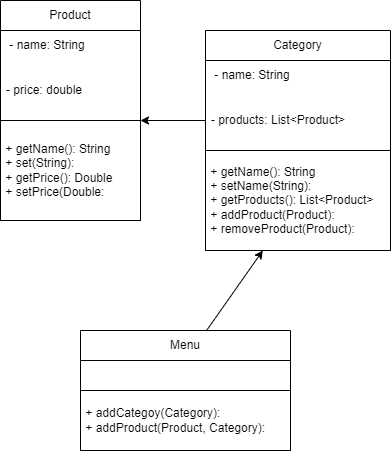
The draw.io diagram Padrões de Projetos/src/composite/Anti/UML.drawio.png in Incivius/BERTOTI, before a commit. Source tidied: cells renumbered, new cells last; positions are measured from the earlier drawing's top-left corner, leaving out a move shared by most shapes.
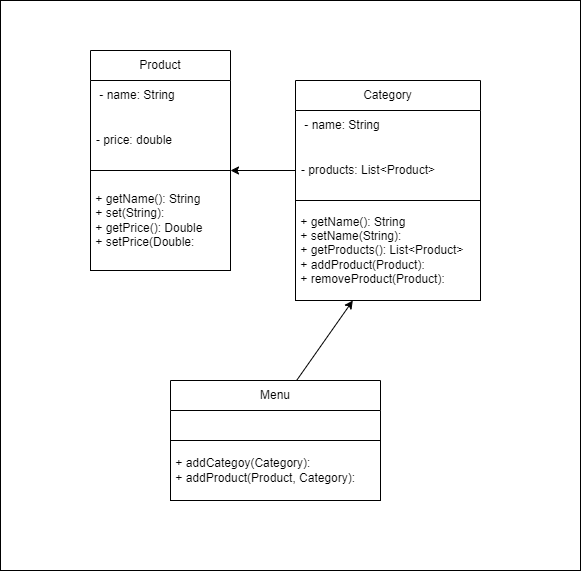
The same file after the commit.

The edit, as a diff of the source:
```diff
@@ -2,6 +2,9 @@
   <root>
     <mxCell id="0" />
     <mxCell id="1" parent="0" />
+    <mxCell id="14" style="rounded=0;whiteSpace=wrap;html=1;" parent="1" vertex="1">
+      <mxGeometry x="-90" y="-50" width="580" height="570" as="geometry" />
+    </mxCell>
     <mxCell id="2" value="Product" style="swimlane;fontStyle=0;horizontal=1;startSize=30;whiteSpace=wrap;html=1;" parent="1" vertex="1">
       <mxGeometry width="140" height="120" as="geometry" />
     </mxCell>
```
